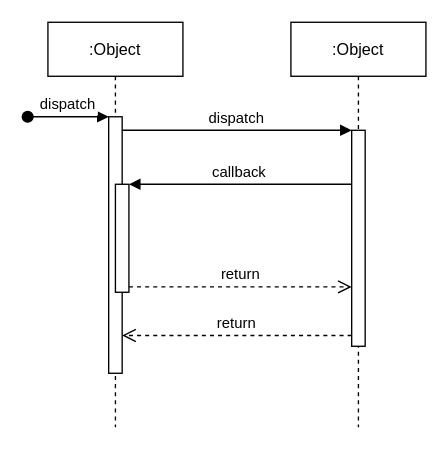
Before: Untitled Diagram.drawio in rezelput/CompGraphics_OpenGL_analogQuakeEngine, a draw.io diagram. Source tidied: cells renumbered, new cells numbered last; positions are measured from the earlier drawing's top-left corner, leaving out a move shared by most shapes. Both pictures are drawn from the tidied source at 135%, with x=0, y=0 at pixel (27, 22).
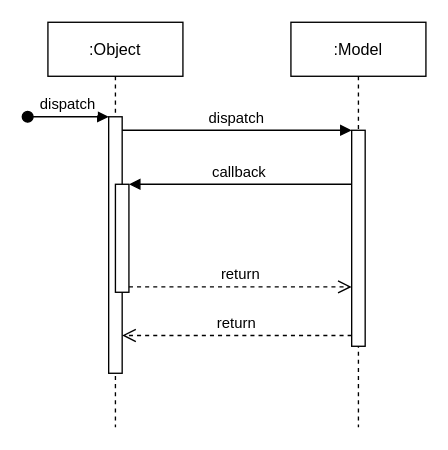
The same page after the edit.

What changed in the source:
```diff
@@
 <mxGraphModel>
   <root>
     <mxCell id="0" />
     <mxCell id="1" parent="0" />
     <mxCell id="2" value=":Object" style="shape=umlLifeline;perimeter=lifelinePerimeter;rounded=0;shadow=0;strokeWidth=1;" parent="1" vertex="1">
       <mxGeometry x="15" width="100" height="300" as="geometry" />
     </mxCell>
     <mxCell id="3" style="points=[];perimeter=orthogonalPerimeter;rounded=0;shadow=0;strokeWidth=1;" parent="2" vertex="1">
       <mxGeometry x="45" y="70" width="10" height="190" as="geometry" />
     </mxCell>
     <mxCell id="4" value="dispatch" style="verticalAlign=bottom;startArrow=oval;endArrow=block;startSize=8;shadow=0;strokeWidth=1;" parent="2" edge="1" target="3">
       <mxGeometry relative="1" as="geometry">
         <mxPoint x="-15" y="70" as="sourcePoint" />
       </mxGeometry>
     </mxCell>
     <mxCell id="5" style="points=[];perimeter=orthogonalPerimeter;rounded=0;shadow=0;strokeWidth=1;" parent="2" vertex="1">
       <mxGeometry x="50" y="120" width="10" height="80" as="geometry" />
     </mxCell>
-    <mxCell id="6" value=":Object" style="shape=umlLifeline;perimeter=lifelinePerimeter;rounded=0;shadow=0;strokeWidth=1;" parent="1" vertex="1">
+    <mxCell id="6" value=":Model" style="shape=umlLifeline;perimeter=lifelinePerimeter;rounded=0;shadow=0;strokeWidth=1;" parent="1" vertex="1">
       <mxGeometry x="195" width="100" height="300" as="geometry" />
     </mxCell>
     <mxCell id="7" style="points=[];perimeter=orthogonalPerimeter;rounded=0;shadow=0;strokeWidth=1;" parent="6" vertex="1">
       <mxGeometry x="45" y="80" width="10" height="160" as="geometry" />
     </mxCell>
     <mxCell id="8" value="return" style="verticalAlign=bottom;endArrow=open;dashed=1;endSize=8;exitX=0;exitY=0.95;shadow=0;strokeWidth=1;" parent="1" edge="1" source="7" target="3">
       <mxGeometry relative="1" as="geometry" />
     </mxCell>
     <mxCell id="9" value="dispatch" style="verticalAlign=bottom;endArrow=block;entryX=0;entryY=0;shadow=0;strokeWidth=1;" parent="1" edge="1" source="3" target="7">
       <mxGeometry relative="1" as="geometry" />
     </mxCell>
     <mxCell id="10" value="callback" style="verticalAlign=bottom;endArrow=block;entryX=1;entryY=0;shadow=0;strokeWidth=1;" parent="1" edge="1" source="7" target="5">
       <mxGeometry relative="1" as="geometry" />
     </mxCell>
     <mxCell id="11" value="return" style="verticalAlign=bottom;endArrow=open;dashed=1;endSize=8;exitX=1;exitY=0.95;shadow=0;strokeWidth=1;" parent="1" edge="1" source="5" target="7">
       <mxGeometry relative="1" as="geometry" />
     </mxCell>
   </root>
 </mxGraphModel>
```
